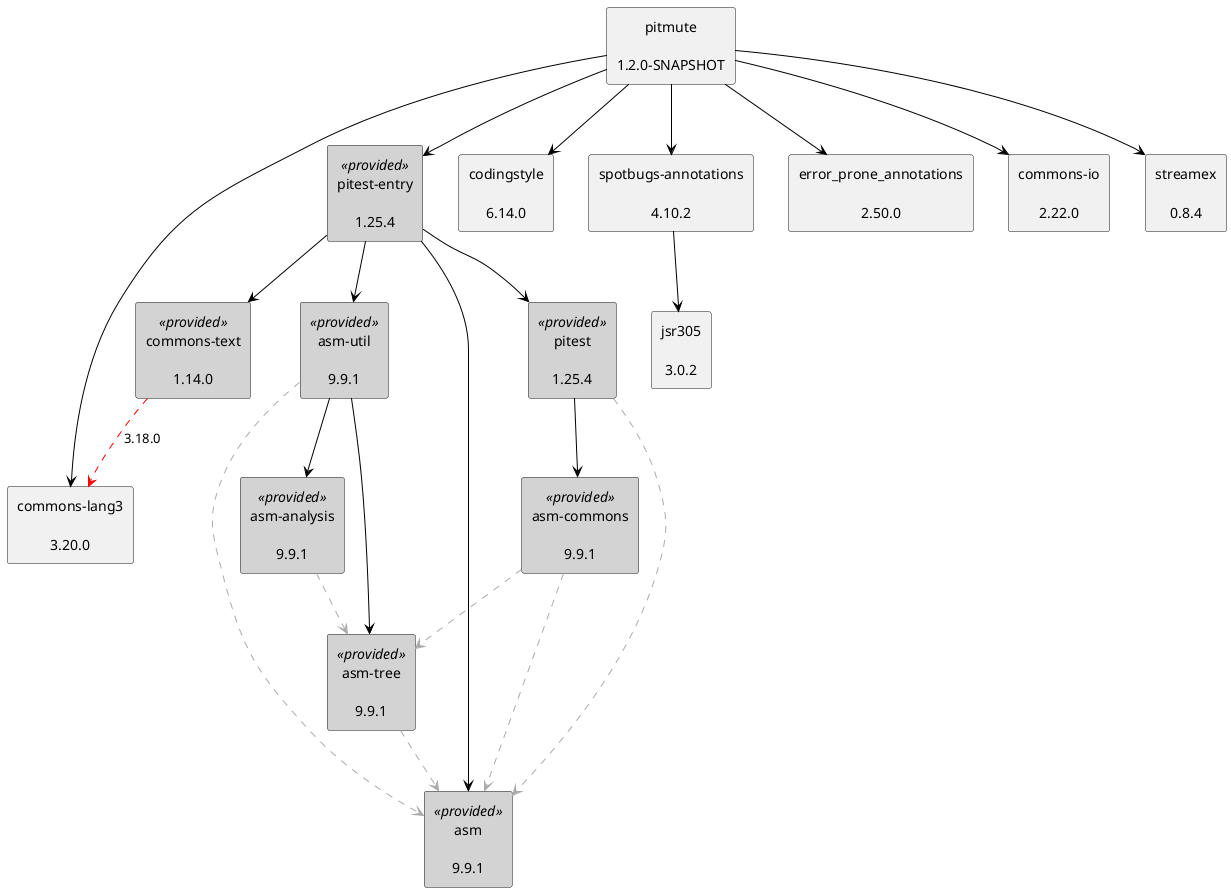
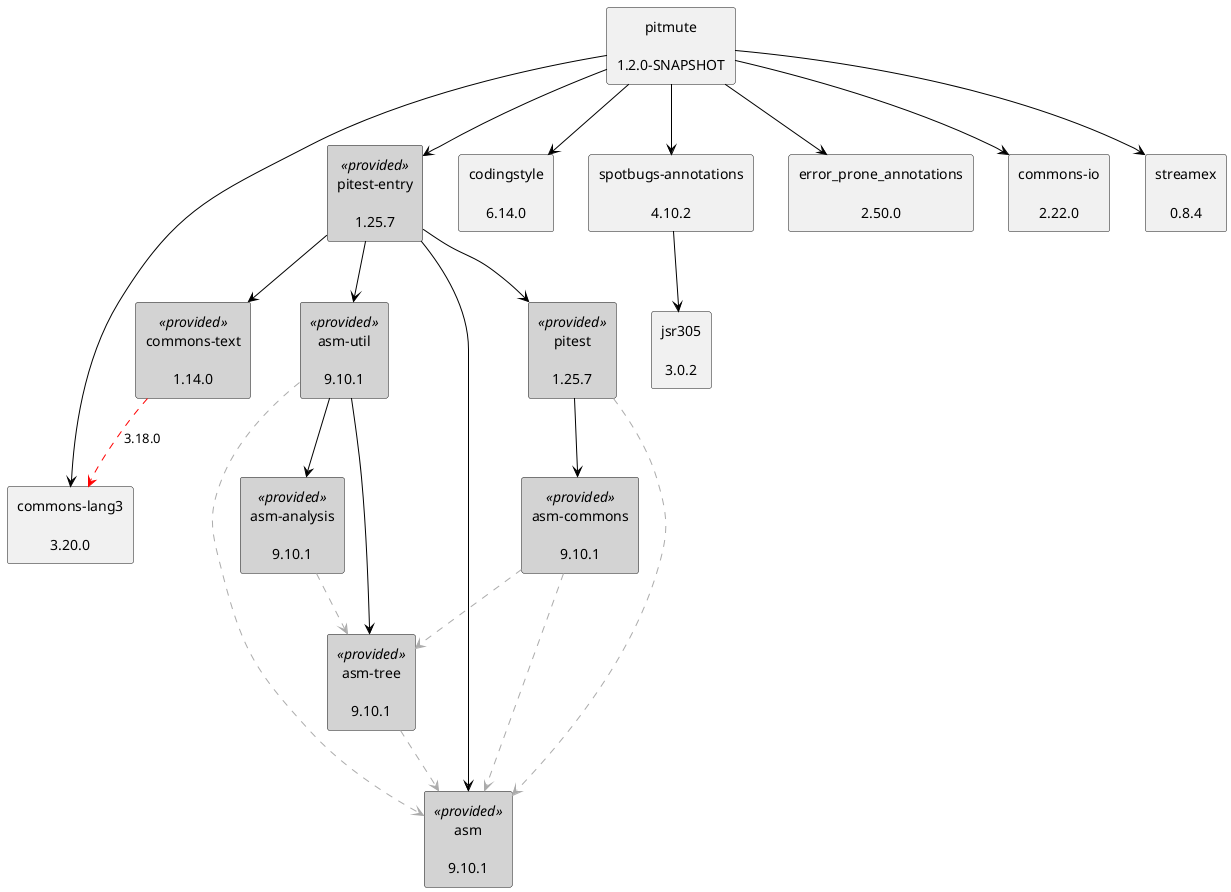
@startuml
skinparam defaultTextAlignment center
skinparam rectangle {
  BackgroundColor<<optional>> beige
  BackgroundColor<<test>> lightGreen
  BackgroundColor<<runtime>> lightBlue
  BackgroundColor<<provided>> lightGray
}
- rectangle "pitest\n\n1.25.4" as org_pitest_pitest_jar<<provided>>
- rectangle "asm\n\n9.9.1" as org_ow2_asm_asm_jar<<provided>>
- rectangle "asm-commons\n\n9.9.1" as org_ow2_asm_asm_commons_jar<<provided>>
- rectangle "asm-tree\n\n9.9.1" as org_ow2_asm_asm_tree_jar<<provided>>
- rectangle "pitest-entry\n\n1.25.4" as org_pitest_pitest_entry_jar<<provided>>
- rectangle "asm-util\n\n9.9.1" as org_ow2_asm_asm_util_jar<<provided>>
- rectangle "asm-analysis\n\n9.9.1" as org_ow2_asm_asm_analysis_jar<<provided>>
+ rectangle "pitest\n\n1.25.7" as org_pitest_pitest_jar<<provided>>
+ rectangle "asm\n\n9.10.1" as org_ow2_asm_asm_jar<<provided>>
+ rectangle "asm-commons\n\n9.10.1" as org_ow2_asm_asm_commons_jar<<provided>>
+ rectangle "asm-tree\n\n9.10.1" as org_ow2_asm_asm_tree_jar<<provided>>
+ rectangle "pitest-entry\n\n1.25.7" as org_pitest_pitest_entry_jar<<provided>>
+ rectangle "asm-util\n\n9.10.1" as org_ow2_asm_asm_util_jar<<provided>>
+ rectangle "asm-analysis\n\n9.10.1" as org_ow2_asm_asm_analysis_jar<<provided>>
rectangle "commons-text\n\n1.14.0" as org_apache_commons_commons_text_jar<<provided>>
rectangle "commons-lang3\n\n3.20.0" as org_apache_commons_commons_lang3_jar
rectangle "pitmute\n\n1.2.0-SNAPSHOT" as edu_hm_hafner_pitmute_jar
rectangle "codingstyle\n\n6.14.0" as edu_hm_hafner_codingstyle_jar
rectangle "spotbugs-annotations\n\n4.10.2" as com_github_spotbugs_spotbugs_annotations_jar
rectangle "jsr305\n\n3.0.2" as com_google_code_findbugs_jsr305_jar
rectangle "error_prone_annotations\n\n2.50.0" as com_google_errorprone_error_prone_annotations_jar
rectangle "commons-io\n\n2.22.0" as commons_io_commons_io_jar
rectangle "streamex\n\n0.8.4" as one_util_streamex_jar
org_pitest_pitest_jar .[#ABABAB].> org_ow2_asm_asm_jar
org_ow2_asm_asm_commons_jar .[#ABABAB].> org_ow2_asm_asm_jar
org_ow2_asm_asm_commons_jar .[#ABABAB].> org_ow2_asm_asm_tree_jar
org_pitest_pitest_jar -[#000000]-> org_ow2_asm_asm_commons_jar
org_pitest_pitest_entry_jar -[#000000]-> org_pitest_pitest_jar
org_pitest_pitest_entry_jar -[#000000]-> org_ow2_asm_asm_jar
org_ow2_asm_asm_util_jar .[#ABABAB].> org_ow2_asm_asm_jar
org_ow2_asm_asm_tree_jar .[#ABABAB].> org_ow2_asm_asm_jar
org_ow2_asm_asm_util_jar -[#000000]-> org_ow2_asm_asm_tree_jar
org_ow2_asm_asm_analysis_jar .[#ABABAB].> org_ow2_asm_asm_tree_jar
org_ow2_asm_asm_util_jar -[#000000]-> org_ow2_asm_asm_analysis_jar
org_pitest_pitest_entry_jar -[#000000]-> org_ow2_asm_asm_util_jar
org_apache_commons_commons_text_jar .[#FF0000].> org_apache_commons_commons_lang3_jar: 3.18.0
org_pitest_pitest_entry_jar -[#000000]-> org_apache_commons_commons_text_jar
edu_hm_hafner_pitmute_jar -[#000000]-> org_pitest_pitest_entry_jar
edu_hm_hafner_pitmute_jar -[#000000]-> edu_hm_hafner_codingstyle_jar
com_github_spotbugs_spotbugs_annotations_jar -[#000000]-> com_google_code_findbugs_jsr305_jar
edu_hm_hafner_pitmute_jar -[#000000]-> com_github_spotbugs_spotbugs_annotations_jar
edu_hm_hafner_pitmute_jar -[#000000]-> com_google_errorprone_error_prone_annotations_jar
edu_hm_hafner_pitmute_jar -[#000000]-> org_apache_commons_commons_lang3_jar
edu_hm_hafner_pitmute_jar -[#000000]-> commons_io_commons_io_jar
edu_hm_hafner_pitmute_jar -[#000000]-> one_util_streamex_jar
@enduml